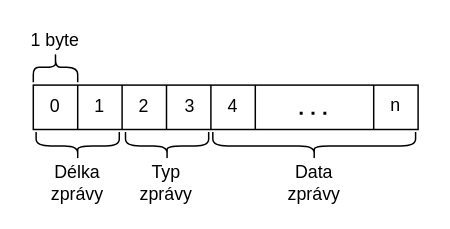
Earlier version of the draw.io diagram assets/img/src/message.drawio (wheeeper/bachelors-thesis). Source tidied: cells renumbered, new cells numbered last; positions are measured from the earlier drawing's top-left corner, leaving out a move shared by most shapes. Both pictures are drawn from the tidied source at 148%, with x=0, y=0 at pixel (25, 25).
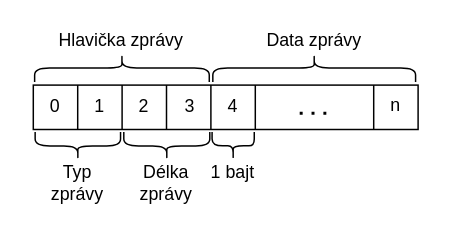
The same diagram, later.

The edit, as a diff of the source:
```diff
@@
-    <mxCell id="7" style="shape=curlyBracket;whiteSpace=wrap;html=1;rounded=1;rotation=90;" parent="1" vertex="1">
-      <mxGeometry x="10" y="13" width="20" height="30" as="geometry" />
+    <mxCell id="7" style="shape=curlyBracket;whiteSpace=wrap;html=1;rounded=1;rotation=-90;size=0.5;" parent="1" vertex="1">
+      <mxGeometry x="130.7" y="66.8" width="18.7" height="28.5" as="geometry" />
     </mxCell>
-    <mxCell id="8" value="1 byte" style="text;html=1;strokeColor=none;fillColor=none;align=center;verticalAlign=middle;whiteSpace=wrap;rounded=0;" parent="1" vertex="1">
-      <mxGeometry width="40" height="20" as="geometry" />
+    <mxCell id="8" value="1 bajt" style="text;html=1;strokeColor=none;fillColor=none;align=center;verticalAlign=middle;whiteSpace=wrap;rounded=0;" parent="1" vertex="1">
+      <mxGeometry x="120" y="89.2" width="40" height="20" as="geometry" />
     </mxCell>
     <mxCell id="9" style="shape=curlyBracket;whiteSpace=wrap;html=1;rounded=1;rotation=-90;" parent="1" vertex="1">
-      <mxGeometry x="25.6" y="53" width="18.8" height="56.2" as="geometry" />
+      <mxGeometry x="25.7" y="52.3" width="18.8" height="57.7" as="geometry" />
     </mxCell>
     <mxCell id="10" style="shape=curlyBracket;whiteSpace=wrap;html=1;rounded=1;rotation=-90;" parent="1" vertex="1">
-      <mxGeometry x="86" y="53" width="18.8" height="56.2" as="geometry" />
+      <mxGeometry x="85.8" y="52.1" width="18.8" height="58.1" as="geometry" />
     </mxCell>
     <mxCell id="11" value="Délka zprávy" style="text;html=1;strokeColor=none;fillColor=none;align=center;verticalAlign=middle;whiteSpace=wrap;rounded=0;" parent="1" vertex="1">
-      <mxGeometry x="15" y="96" width="40" height="20" as="geometry" />
+      <mxGeometry x="75.4" y="96" width="40" height="20" as="geometry" />
     </mxCell>
     <mxCell id="12" value="Typ zprávy" style="text;html=1;strokeColor=none;fillColor=none;align=center;verticalAlign=middle;whiteSpace=wrap;rounded=0;" parent="1" vertex="1">
-      <mxGeometry x="75.4" y="96" width="40" height="20" as="geometry" />
+      <mxGeometry x="15" y="96" width="40" height="20" as="geometry" />
     </mxCell>
@@
-    <mxCell id="21" style="shape=curlyBracket;whiteSpace=wrap;html=1;rounded=1;rotation=-90;" parent="1" vertex="1">
-      <mxGeometry x="185.4" y="12.6" width="18.8" height="137" as="geometry" />
+    <mxCell id="21" style="shape=curlyBracket;whiteSpace=wrap;html=1;rounded=1;rotation=90;" parent="1" vertex="1">
+      <mxGeometry x="185.4" y="-40" width="18.8" height="137" as="geometry" />
     </mxCell>
     <mxCell id="22" value="Data zprávy" style="text;html=1;strokeColor=none;fillColor=none;align=center;verticalAlign=middle;whiteSpace=wrap;rounded=0;" parent="1" vertex="1">
-      <mxGeometry x="174.8" y="96" width="40" height="20" as="geometry" />
+      <mxGeometry x="154.6" width="80.2" height="20" as="geometry" />
     </mxCell>
@@
+    <mxCell id="24" style="shape=curlyBracket;whiteSpace=wrap;html=1;rounded=1;rotation=90;" parent="1" vertex="1">
+      <mxGeometry x="55.5" y="-30.5" width="18.8" height="118" as="geometry" />
+    </mxCell>
+    <mxCell id="25" value="Hlavička zprávy" style="text;html=1;strokeColor=none;fillColor=none;align=center;verticalAlign=middle;whiteSpace=wrap;rounded=0;" parent="1" vertex="1">
+      <mxGeometry x="14.4" width="101" height="20" as="geometry" />
+    </mxCell>
```
